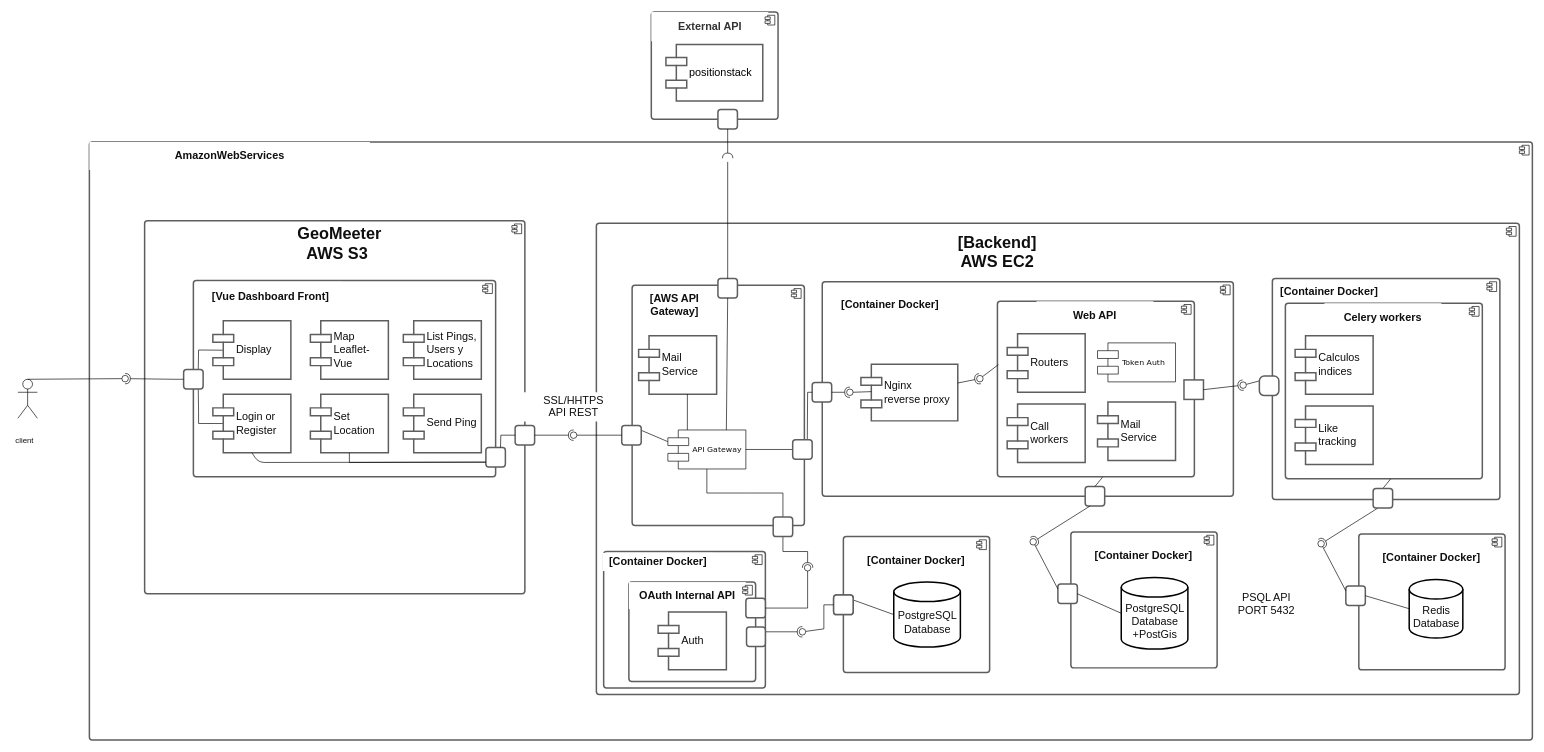
This is docs/uml.drawio from CosasU-Edipizarro/iic2173-2022-1, a draw.io file, before an edit. Source tidied: cells renumbered, new cells numbered last; positions are measured from the earlier drawing's top-left corner, leaving out a move shared by most shapes. Both pictures are drawn from the tidied source at 65%, with x=0, y=0 at pixel (11, 12).
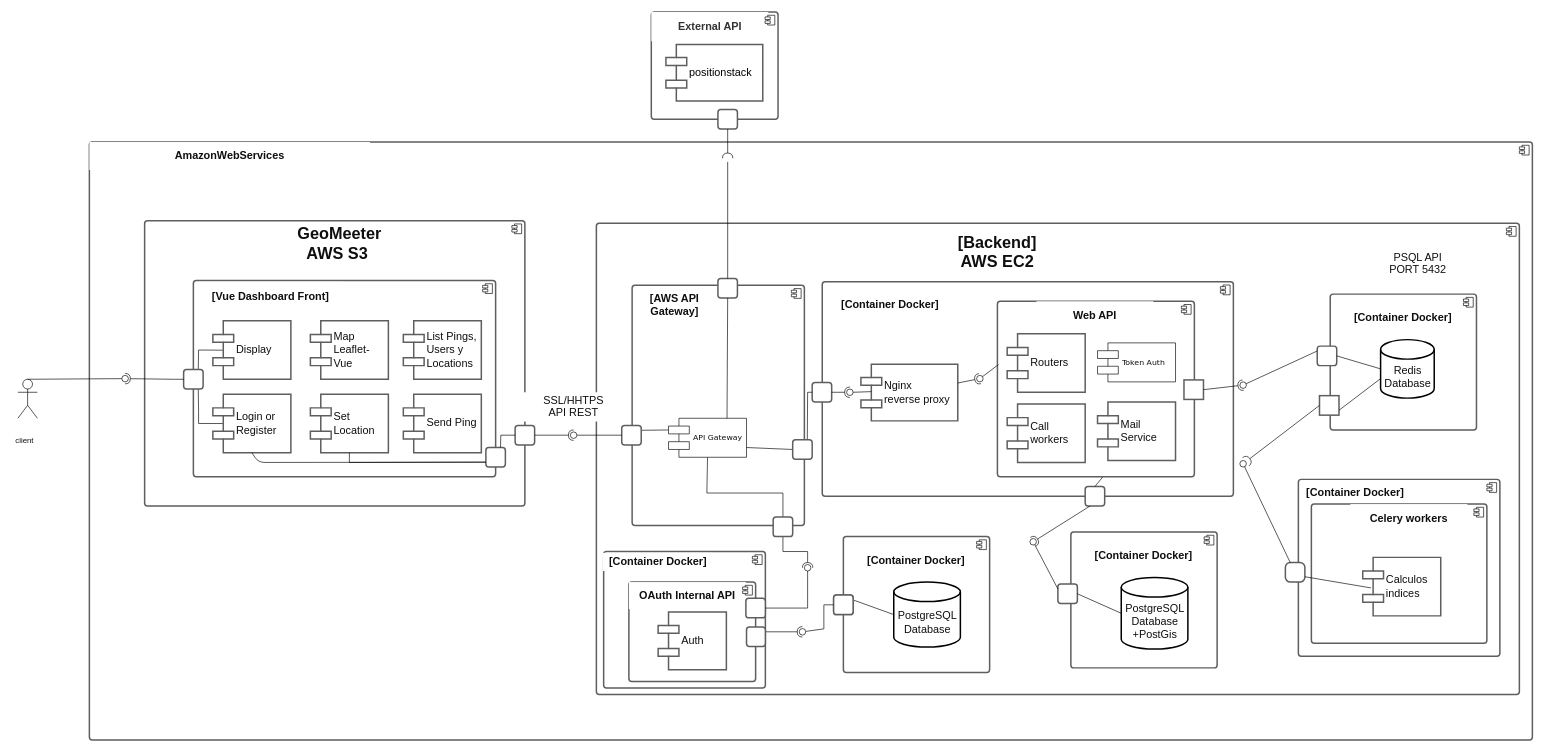
Above is the later version.

The change refers to these unchanged cells:
```xml
<mxCell id="55" style="html=1;overflow=block;blockSpacing=1;whiteSpace=wrap;fontSize=13;align=center;spacing=3.8;strokeColor=#5e5e5e;strokeOpacity=100;rounded=1;absoluteArcSize=1;arcSize=9;strokeWidth=2.3;fontColor=#0F0F0F;" parent="1" vertex="1">
  <mxGeometry x="1202" y="658" width="30" height="30" as="geometry" />
</mxCell>
<mxCell id="115" value="Redis Database" style="shape=cylinder3;whiteSpace=wrap;html=1;boundedLbl=1;backgroundOutline=1;size=15;fontFamily=Helvetica;fontSize=16.7;align=center;strokeWidth=2.3;fontColor=#0F0F0F;" parent="113" vertex="1">
  <mxGeometry x="77.5" y="70" width="82.5" height="90" as="geometry" />
</mxCell>
<mxCell id="124" style="ellipse;whiteSpace=wrap;html=1;align=center;points=[];outlineConnect=0;sketch=0;" parent="1" vertex="1">
  <mxGeometry x="1890" y="569" width="10" height="10" as="geometry" />
</mxCell>
```

The edit, as a diff of the source:
```diff
@@
     <mxCell id="5" style="html=1;fontSize=13;align=center;spacing=3.8;strokeColor=#5e5e5e;strokeOpacity=100;rounded=1;absoluteArcSize=1;arcSize=9;strokeWidth=2.3;fontColor=#0F0F0F;" parent="1" vertex="1">
-      <mxGeometry x="205" y="321" width="585" height="574" as="geometry" />
+      <mxGeometry x="205" y="321" width="585" height="439" as="geometry" />
     </mxCell>
@@
     <mxCell id="13" value="&lt;div style=&quot;display: flex; justify-content: center; text-align: center; align-items: baseline; font-size: 0; line-height: 1.25;margin-top: -2px;&quot;&gt;&lt;span&gt;&lt;span style=&quot;font-size: 16.7px;&quot;&gt;PSQL API&#10;&lt;/span&gt;&lt;/span&gt;&lt;/div&gt;&lt;div style=&quot;display: flex; justify-content: center; text-align: center; align-items: baseline; font-size: 0; line-height: 1.25;margin-top: -2px;&quot;&gt;&lt;span&gt;&lt;span style=&quot;font-size: 16.7px;&quot;&gt;PORT 5432&lt;/span&gt;&lt;/span&gt;&lt;/div&gt;" style="html=1;overflow=block;blockSpacing=1;whiteSpace=wrap;fontSize=13;spacing=0;fillColor=#ffffff;strokeWidth=1.5;strokeColor=none;fontColor=#0F0F0F;" parent="1" vertex="1">
-      <mxGeometry x="1841" y="889.5" width="180" height="45" as="geometry" />
+      <mxGeometry x="2074" y="365" width="180" height="45" as="geometry" />
     </mxCell>
@@
     <mxCell id="51" value="API Gateway" style="shape=component;align=left;spacingLeft=36;rounded=0;shadow=0;comic=0;labelBackgroundColor=none;strokeWidth=1;fontFamily=Verdana;fontSize=12;html=1;fontColor=#0F0F0F;" parent="1" vertex="1">
-      <mxGeometry x="1010" y="643" width="120" height="60" as="geometry" />
+      <mxGeometry x="1011" y="625" width="120" height="60" as="geometry" />
     </mxCell>
@@
-    <mxCell id="53" style="edgeStyle=none;rounded=0;html=1;exitX=0;exitY=0.5;exitDx=0;exitDy=0;entryX=1;entryY=0.5;entryDx=0;entryDy=0;endArrow=none;endFill=0;fontColor=#0F0F0F;" parent="1" edge="1" source="55" target="51">
+    <mxCell id="53" style="edgeStyle=none;rounded=0;html=1;exitX=0;exitY=0.5;exitDx=0;exitDy=0;entryX=1;entryY=0.75;entryDx=0;entryDy=0;endArrow=none;endFill=0;fontColor=#0F0F0F;" parent="1" edge="1" source="55" target="51">
       <mxGeometry relative="1" as="geometry" />
     </mxCell>
@@
-    <mxCell id="90" value="Mail Service" style="html=1;overflow=block;blockSpacing=1;whiteSpace=wrap;shape=component;align=left;spacingLeft=36;fontSize=16.7;fontColor=#0F0F0F;spacing=0;strokeColor=#5e5e5e;strokeOpacity=100;rounded=1;absoluteArcSize=1;arcSize=9;strokeWidth=2.3;" parent="1" vertex="1">
-      <mxGeometry x="965" y="498" width="120" height="90" as="geometry" />
-    </mxCell>
-    <mxCell id="91" style="endArrow=none;html=1;exitX=0.25;exitY=0;exitDx=0;exitDy=0;entryX=0.625;entryY=1;entryDx=0;entryDy=0;entryPerimeter=0;fontColor=#0F0F0F;" parent="1" edge="1" source="51" target="90">
-      <mxGeometry relative="1" as="geometry" />
-    </mxCell>
@@
     <mxCell id="113" style="html=1;fontSize=13;align=center;spacing=3.8;strokeColor=#5e5e5e;strokeOpacity=100;rounded=1;absoluteArcSize=1;arcSize=9;strokeWidth=2.3;fontColor=#0F0F0F;" parent="1" vertex="1">
-      <mxGeometry x="2073" y="803" width="225" height="209" as="geometry" />
+      <mxGeometry x="2029" y="434" width="225" height="209" as="geometry" />
     </mxCell>
@@
     <mxCell id="117" style="html=1;overflow=block;blockSpacing=1;whiteSpace=wrap;fontSize=13;align=center;spacing=3.8;strokeColor=#5e5e5e;strokeOpacity=100;rounded=1;absoluteArcSize=1;arcSize=9;strokeWidth=2.3;fontColor=#0F0F0F;" parent="1" vertex="1">
-      <mxGeometry x="2053" y="883" width="30" height="30" as="geometry" />
+      <mxGeometry x="2009" y="514" width="30" height="30" as="geometry" />
     </mxCell>
-    <mxCell id="118" style="rounded=0;jettySize=auto;html=1;endArrow=none;endFill=0;sketch=0;sourcePerimeterSpacing=0;targetPerimeterSpacing=0;fontColor=#0F0F0F;exitX=0;exitY=0.25;exitDx=0;exitDy=0;" parent="1" edge="1" source="117" target="120">
+    <mxCell id="118" style="rounded=0;jettySize=auto;html=1;endArrow=none;endFill=0;sketch=0;sourcePerimeterSpacing=0;targetPerimeterSpacing=0;fontColor=#0F0F0F;exitX=0;exitY=0.25;exitDx=0;exitDy=0;" parent="1" edge="1" source="117" target="124">
       <mxGeometry relative="1" as="geometry" />
     </mxCell>
-    <mxCell id="119" style="rounded=0;jettySize=auto;html=1;endArrow=halfCircle;endFill=0;entryX=0.5;entryY=0.5;endSize=6;strokeWidth=1;sketch=0;fontColor=#0F0F0F;exitX=0.25;exitY=1;exitDx=0;exitDy=0;" parent="1" edge="1" source="135" target="120">
-      <mxGeometry relative="1" as="geometry" />
-    </mxCell>
-    <mxCell id="120" style="ellipse;whiteSpace=wrap;html=1;align=center;points=[];outlineConnect=0;sketch=0;" parent="1" vertex="1">
-      <mxGeometry x="2010" y="813" width="10" height="10" as="geometry" />
-    </mxCell>
@@
-    <mxCell id="122" style="rounded=0;jettySize=auto;html=1;endArrow=none;endFill=0;sketch=0;sourcePerimeterSpacing=0;targetPerimeterSpacing=0;fontColor=#0F0F0F;exitX=0;exitY=0.25;exitDx=0;exitDy=0;" parent="1" edge="1" source="134" target="124">
-      <mxGeometry relative="1" as="geometry" />
-    </mxCell>
@@
     <mxCell id="126" style="html=1;fontSize=13;align=center;spacing=3.8;strokeColor=#5e5e5e;strokeOpacity=100;rounded=1;absoluteArcSize=1;arcSize=9;strokeWidth=2.3;fontColor=#0F0F0F;" parent="1" vertex="1">
-      <mxGeometry x="1940" y="410" width="350" height="340" as="geometry" />
+      <mxGeometry x="1980" y="719" width="310" height="272" as="geometry" />
     </mxCell>
@@
     <mxCell id="128" style="html=1;fontSize=13;align=center;spacing=3.8;strokeColor=#5e5e5e;strokeOpacity=100;rounded=1;absoluteArcSize=1;arcSize=9;strokeWidth=2.3;fontColor=#0F0F0F;" parent="1" vertex="1">
-      <mxGeometry x="1960" y="448" width="303" height="270" as="geometry" />
+      <mxGeometry x="2000" y="757" width="270" height="214" as="geometry" />
     </mxCell>
@@
     <mxCell id="130" value="Celery workers" style="html=1;overflow=block;blockSpacing=1;whiteSpace=wrap;fontSize=16.7;fontColor=#0F0F0F;fontStyle=1;align=center;spacing=0;fillColor=#ffffff;strokeWidth=1.5;strokeColor=none;" parent="1" vertex="1">
-      <mxGeometry x="2020" y="448" width="180" height="45" as="geometry" />
+      <mxGeometry x="2060" y="757" width="180" height="45" as="geometry" />
     </mxCell>
-    <mxCell id="131" value="Like tracking" style="html=1;overflow=block;blockSpacing=1;whiteSpace=wrap;shape=component;align=left;spacingLeft=36;fontSize=16.7;fontColor=#0F0F0F;spacing=0;strokeColor=#5e5e5e;strokeOpacity=100;rounded=1;absoluteArcSize=1;arcSize=9;strokeWidth=2.3;" parent="1" vertex="1">
-      <mxGeometry x="1975" y="606" width="120" height="90" as="geometry" />
-    </mxCell>
     <mxCell id="132" value="Calculos indices" style="html=1;overflow=block;blockSpacing=1;whiteSpace=wrap;shape=component;align=left;spacingLeft=36;fontSize=16.7;fontColor=#0F0F0F;spacing=0;strokeColor=#5e5e5e;strokeOpacity=100;rounded=1;absoluteArcSize=1;arcSize=9;strokeWidth=2.3;" parent="1" vertex="1">
-      <mxGeometry x="1975" y="498" width="120" height="90" as="geometry" />
+      <mxGeometry x="2079" y="839" width="120" height="90" as="geometry" />
     </mxCell>
-    <mxCell id="133" style="endArrow=none;html=1;fontColor=#0F0F0F;entryX=0.534;entryY=1.002;entryDx=0;entryDy=0;entryPerimeter=0;exitX=0.5;exitY=0;exitDx=0;exitDy=0;" parent="1" edge="1" source="135" target="128">
-      <mxGeometry relative="1" as="geometry" />
-    </mxCell>
     <mxCell id="134" style="html=1;overflow=block;blockSpacing=1;whiteSpace=wrap;fontSize=13;align=center;spacing=3.8;strokeColor=#5e5e5e;strokeOpacity=100;rounded=1;absoluteArcSize=1;arcSize=15;strokeWidth=2.3;fontColor=#0F0F0F;" parent="1" vertex="1">
-      <mxGeometry x="1920" y="560" width="30" height="30" as="geometry" />
+      <mxGeometry x="1960" y="847" width="30" height="30" as="geometry" />
     </mxCell>
-    <mxCell id="135" style="html=1;overflow=block;blockSpacing=1;whiteSpace=wrap;fontSize=13;align=center;spacing=3.8;strokeColor=#5e5e5e;strokeOpacity=100;rounded=1;absoluteArcSize=1;arcSize=9;strokeWidth=2.3;fontColor=#0F0F0F;" parent="1" vertex="1">
-      <mxGeometry x="2095" y="733" width="30" height="30" as="geometry" />
+    <mxCell id="135" style="html=1;overflow=block;blockSpacing=1;whiteSpace=wrap;fontSize=13;align=center;spacing=3.8;strokeColor=#5e5e5e;strokeOpacity=100;rounded=1;absoluteArcSize=1;arcSize=0;strokeWidth=2.3;fontColor=#0F0F0F;" parent="1" vertex="1">
+      <mxGeometry x="2012.5" y="590.2" width="30" height="30" as="geometry" />
     </mxCell>
     <mxCell id="136" value="[Container Docker]" style="html=1;overflow=block;blockSpacing=1;whiteSpace=wrap;fontSize=16.7;fontColor=#0F0F0F;fontStyle=1;align=center;spacing=0;fillColor=#ffffff;strokeWidth=1.5;strokeColor=none;" parent="1" vertex="1">
-      <mxGeometry x="1945" y="420.5" width="165" height="19.5" as="geometry" />
+      <mxGeometry x="1985" y="729.5" width="165" height="19.5" as="geometry" />
     </mxCell>
@@
+    <mxCell id="139" style="rounded=0;jettySize=auto;html=1;endArrow=halfCircle;endFill=0;endSize=6;strokeWidth=1;sketch=0;fontColor=#0F0F0F;exitX=0;exitY=0.5;exitDx=0;exitDy=0;" parent="1" edge="1" source="135" target="140">
+      <mxGeometry relative="1" as="geometry" />
+    </mxCell>
+    <mxCell id="140" style="ellipse;whiteSpace=wrap;html=1;align=center;points=[];outlineConnect=0;sketch=0;" parent="1" vertex="1">
+      <mxGeometry x="1890" y="690" width="10" height="10" as="geometry" />
+    </mxCell>
+    <mxCell id="141" style="rounded=0;jettySize=auto;html=1;endArrow=none;endFill=0;sketch=0;sourcePerimeterSpacing=0;targetPerimeterSpacing=0;fontColor=#0F0F0F;exitX=0.25;exitY=0;exitDx=0;exitDy=0;" parent="1" edge="1" source="134" target="140">
+      <mxGeometry relative="1" as="geometry" />
+    </mxCell>
+    <mxCell id="142" style="endArrow=none;html=1;fontColor=#0F0F0F;entryX=1;entryY=0.75;entryDx=0;entryDy=0;exitX=0;exitY=0;exitDx=0;exitDy=60;exitPerimeter=0;" parent="1" edge="1" source="115" target="135">
+      <mxGeometry relative="1" as="geometry" />
+    </mxCell>
+    <mxCell id="143" style="endArrow=none;html=1;fontColor=#0F0F0F;entryX=1;entryY=0.75;entryDx=0;entryDy=0;exitX=0.106;exitY=0.522;exitDx=0;exitDy=0;exitPerimeter=0;" parent="1" edge="1" source="132">
+      <mxGeometry relative="1" as="geometry">
+        <mxPoint x="1990" y="868.8" as="targetPoint" />
+      </mxGeometry>
+    </mxCell>
```
